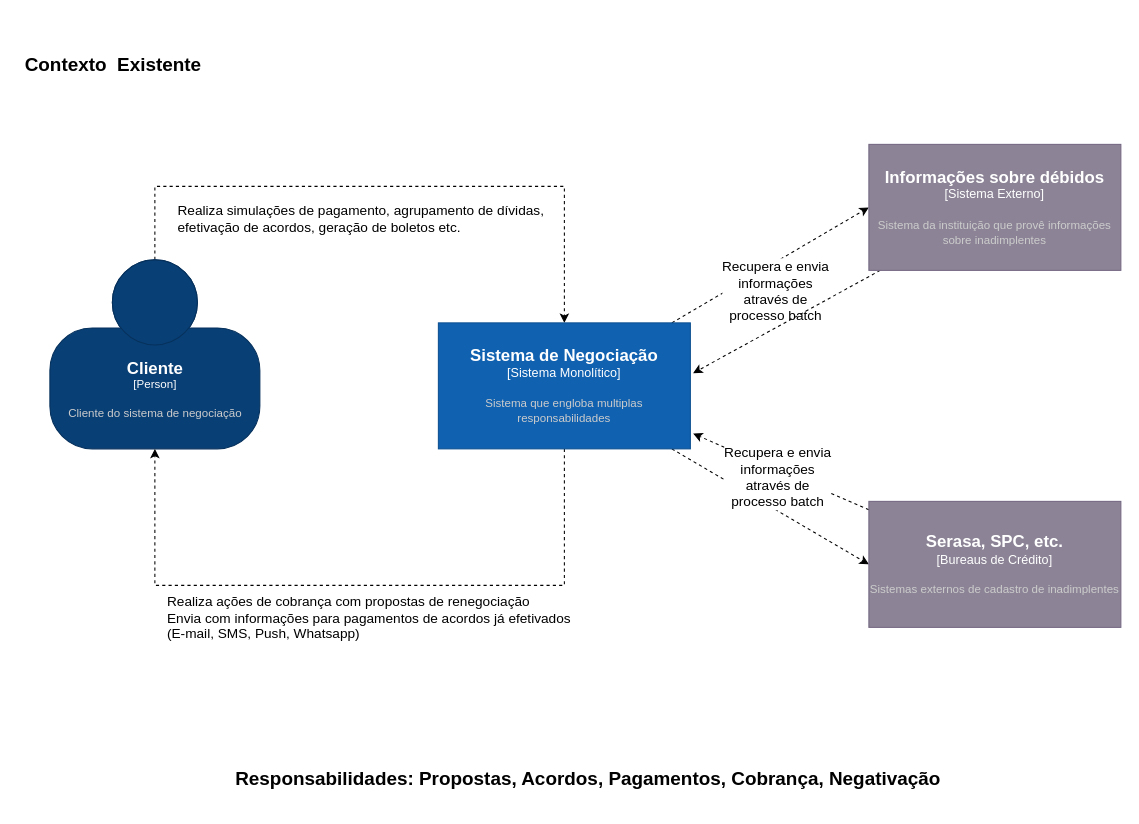
Earlier version of the draw.io diagram page "Existing Context" (1 of 2) of docs/existing-context.drawio (patrickcoutinho/debts-negotiation-case). Source tidied: cells renumbered, new cells numbered last; positions are measured from the earlier drawing's top-left corner, leaving out a move shared by most shapes. Both pictures are drawn from the tidied source at 105%, with x=0, y=0 at pixel (18, 39).
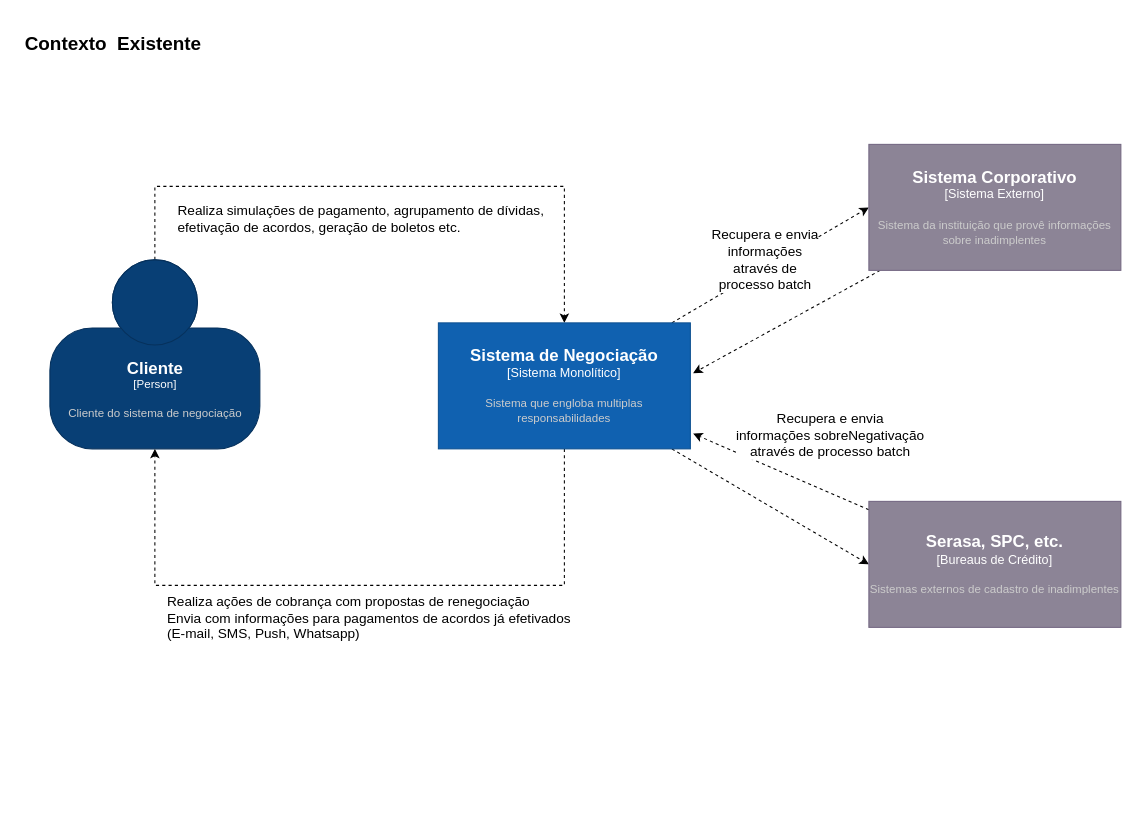
The same page after the edit.

The change refers to these unchanged cells:
```xml
<mxCell id="4" style="edgeStyle=none;html=1;entryX=0;entryY=0.5;entryDx=0;entryDy=0;entryPerimeter=0;dashed=1;rounded=0;" parent="1" edge="1" source="9" target="11">
  <mxGeometry relative="1" as="geometry" />
</mxCell>
```

What changed in the source:
```diff
@@
     <mxCell id="5" value="Recupera e envia&lt;br&gt;informações&lt;br style=&quot;font-size: 13px&quot;&gt;através de &lt;br&gt;processo batch" style="edgeLabel;html=1;align=center;verticalAlign=middle;fontSize=13;rounded=0;" parent="4" vertex="1">
       <mxGeometry x="-0.21" relative="1" as="geometry">
-        <mxPoint x="24" y="13" as="offset" />
+        <mxPoint x="14" y="-17" as="offset" />
       </mxGeometry>
     </mxCell>
@@
-    <object id="11" label="&lt;font style=&quot;font-size: 16px&quot;&gt;&lt;b&gt;%c4Name%&lt;/b&gt;&lt;/font&gt;&lt;div&gt;[%c4Type%]&lt;/div&gt;&lt;br&gt;&lt;div&gt;&lt;font style=&quot;font-size: 11px&quot;&gt;&lt;font color=&quot;#cccccc&quot;&gt;%c4Description%&lt;/font&gt;&lt;/div&gt;" c4Description="Sistema da instituição que provê informações sobre inadimplentes" c4Name="Informações sobre débidos" c4Type="Sistema Externo" placeholders="1">
+    <object id="11" label="&lt;font style=&quot;font-size: 16px&quot;&gt;&lt;b&gt;%c4Name%&lt;/b&gt;&lt;/font&gt;&lt;div&gt;[%c4Type%]&lt;/div&gt;&lt;br&gt;&lt;div&gt;&lt;font style=&quot;font-size: 11px&quot;&gt;&lt;font color=&quot;#cccccc&quot;&gt;%c4Description%&lt;/font&gt;&lt;/div&gt;" c4Description="Sistema da instituição que provê informações sobre inadimplentes" c4Name="Sistema Corporativo" c4Type="Sistema Externo" placeholders="1">
       <mxCell style="rounded=0;whiteSpace=wrap;html=1;labelBackgroundColor=none;fillColor=#8C8496;fontColor=#ffffff;align=center;arcSize=10;strokeColor=#736782;points=[[0.25,0,0],[0.5,0,0],[0.75,0,0],[1,0.25,0],[1,0.5,0],[1,0.75,0],[0.75,1,0],[0.5,1,0],[0.25,1,0],[0,0.75,0],[0,0.5,0],[0,0.25,0]];" parent="1" vertex="1">
         <mxGeometry x="810" y="100" width="240" height="120" as="geometry" />
       </mxCell>
     </object>
@@
-    <mxCell id="15" value="Recupera e envia&lt;br&gt;informações&lt;br style=&quot;font-size: 13px&quot;&gt;através de &lt;br&gt;processo batch" style="edgeLabel;html=1;align=center;verticalAlign=middle;fontSize=13;rounded=0;" parent="1" vertex="1">
-      <mxGeometry x="730" y="170" as="geometry">
+    <mxCell id="15" value="Recupera e envia&lt;br&gt;informações sobreNegativação&lt;br style=&quot;font-size: 13px&quot;&gt;através de&amp;nbsp;processo batch" style="edgeLabel;html=1;align=center;verticalAlign=middle;fontSize=13;rounded=0;" parent="1" vertex="1">
+      <mxGeometry x="780" y="130" as="geometry">
         <mxPoint x="-8" y="246" as="offset" />
       </mxGeometry>
     </mxCell>
     <mxCell id="16" value="&lt;h2&gt;&lt;b&gt;Contexto&amp;nbsp; Existente&lt;/b&gt;&lt;/h2&gt;" style="text;html=1;align=center;verticalAlign=middle;fillColor=default;gradientColor=none;" parent="1" vertex="1">
-      <mxGeometry width="180" height="50" as="geometry" />
+      <mxGeometry y="-20" width="180" height="50" as="geometry" />
     </mxCell>
-    <mxCell id="17" value="&lt;h2&gt;&lt;b&gt;Responsabilidades: Propostas, Acordos, Pagamentos, Cobrança, Negativação&lt;/b&gt;&lt;/h2&gt;" style="text;html=1;align=left;verticalAlign=middle;fillColor=none;gradientColor=none;" parent="1" vertex="1">
-      <mxGeometry x="205" y="680" width="690" height="50" as="geometry" />
-    </mxCell>
```
